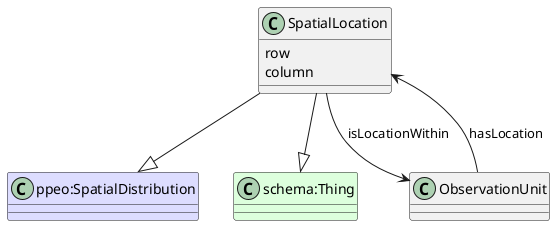
Earlier version of the PlantUML export ttl_uml/ttl_appn_SpatialLocation.png (aus-plant-phenomics-network/appn-schema). Source of this version:
```plantuml
@startuml
class SpatialLocation  #line.bold
class "ppeo:SpatialDistribution" #DDDDFF
SpatialLocation --|> "ppeo:SpatialDistribution"
class "schema:Thing" #DDFFDD
SpatialLocation --|> "schema:Thing"
class ObservationUnit
ObservationUnit --> SpatialLocation : hasLocation
class ObservationUnit
SpatialLocation --> ObservationUnit : isLocationWithin
class SpatialLocation {
    row
}
class SpatialLocation {
    column
}
@enduml
```
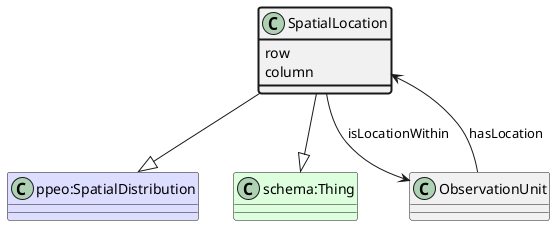
Later version of the same file.

What changed in the source:
```diff
@@ -8,10 +8,10 @@
 ObservationUnit --> SpatialLocation : hasLocation
 class ObservationUnit
 SpatialLocation --> ObservationUnit : isLocationWithin
-class SpatialLocation {
+class SpatialLocation #line.bold {
     row
 }
-class SpatialLocation {
+class SpatialLocation #line.bold {
     column
 }
 @enduml
```
